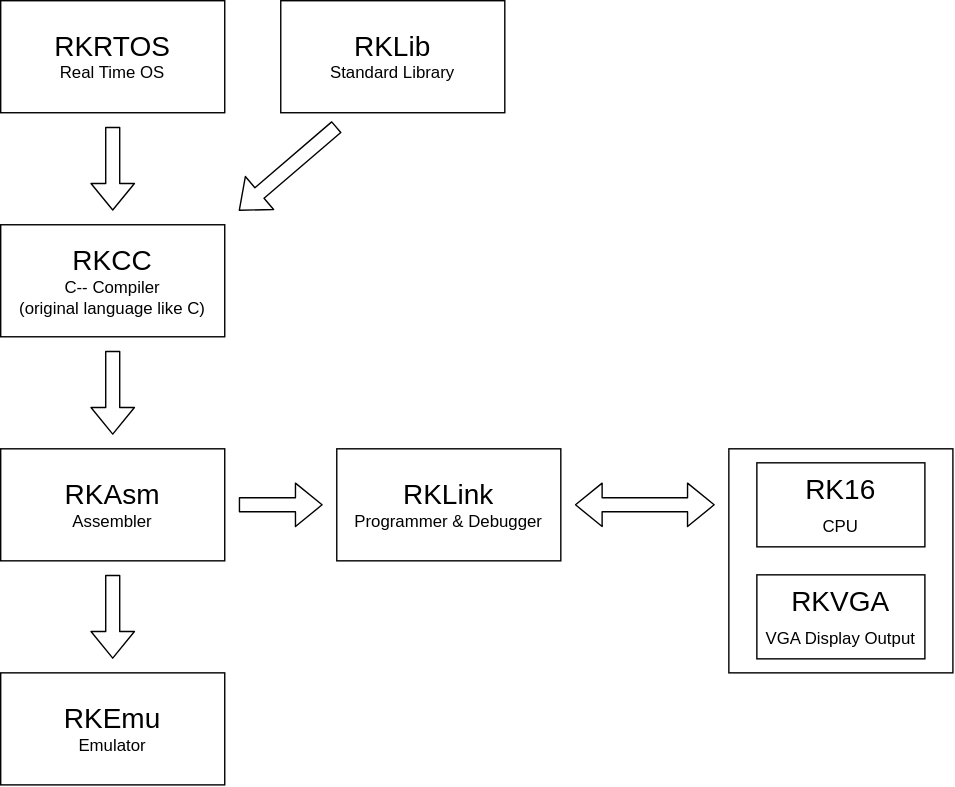
kanade-k-1228/RISC-K-dev keeps this draw.io diagram as img/concept.dio.svg. Above is the earlier version. Source tidied: cells renumbered, new cells last; positions are measured from the earlier drawing's top-left corner, leaving out a move shared by most shapes. The source it was exported from:
```xml
<mxGraphModel>
  <root>
    <mxCell id="0" />
    <mxCell id="1" parent="0" />
    <mxCell id="2" style="rounded=0;whiteSpace=wrap;html=1;" parent="1" vertex="1">
      <mxGeometry x="520" y="320" width="160" height="160" as="geometry" />
    </mxCell>
    <mxCell id="3" value="&lt;font style=&quot;font-size: 20px;&quot;&gt;RKLink&lt;/font&gt;&lt;br&gt;Programmer &amp;amp; Debugger" style="rounded=0;whiteSpace=wrap;html=1;" parent="1" vertex="1">
      <mxGeometry x="240" y="320" width="160" height="80" as="geometry" />
    </mxCell>
    <mxCell id="4" style="shape=flexArrow;endArrow=classic;startArrow=classic;html=1;fontSize=20;" parent="1" edge="1">
      <mxGeometry relative="1" as="geometry">
        <mxPoint x="510" y="360" as="sourcePoint" />
        <mxPoint x="410" y="360" as="targetPoint" />
      </mxGeometry>
    </mxCell>
    <mxCell id="5" value="RK16&lt;br style=&quot;font-size: 12px;&quot;&gt;&lt;font style=&quot;font-size: 12px;&quot;&gt;CPU&lt;/font&gt;" style="rounded=0;whiteSpace=wrap;html=1;fontSize=20;" parent="1" vertex="1">
      <mxGeometry x="540" y="330" width="120" height="60" as="geometry" />
    </mxCell>
    <mxCell id="6" value="&lt;font style=&quot;font-size: 20px;&quot;&gt;RKEmu&lt;/font&gt;&lt;br&gt;Emulator" style="rounded=0;whiteSpace=wrap;html=1;" parent="1" vertex="1">
      <mxGeometry y="480" width="160" height="80" as="geometry" />
    </mxCell>
    <mxCell id="7" value="&lt;font style=&quot;font-size: 20px;&quot;&gt;RKRTOS&lt;/font&gt;&lt;br&gt;Real Time OS" style="rounded=0;whiteSpace=wrap;html=1;" parent="1" vertex="1">
      <mxGeometry width="160" height="80" as="geometry" />
    </mxCell>
    <mxCell id="8" value="&lt;font style=&quot;font-size: 20px;&quot;&gt;RKCC&lt;/font&gt;&lt;br&gt;C-- Compiler&lt;br&gt;(original language like C)" style="rounded=0;whiteSpace=wrap;html=1;" parent="1" vertex="1">
      <mxGeometry y="160" width="160" height="80" as="geometry" />
    </mxCell>
    <mxCell id="9" value="&lt;font style=&quot;font-size: 20px;&quot;&gt;RKAsm&lt;/font&gt;&lt;br&gt;Assembler" style="rounded=0;whiteSpace=wrap;html=1;" parent="1" vertex="1">
      <mxGeometry y="320" width="160" height="80" as="geometry" />
    </mxCell>
    <mxCell id="10" value="&lt;font style=&quot;font-size: 20px;&quot;&gt;RKLib&lt;/font&gt;&lt;br&gt;Standard Library" style="rounded=0;whiteSpace=wrap;html=1;" parent="1" vertex="1">
      <mxGeometry x="200" width="160" height="80" as="geometry" />
    </mxCell>
    <mxCell id="11" style="shape=flexArrow;endArrow=classic;html=1;fontSize=12;" parent="1" edge="1">
      <mxGeometry relative="1" as="geometry">
        <mxPoint x="80" y="410" as="sourcePoint" />
        <mxPoint x="80" y="470" as="targetPoint" />
      </mxGeometry>
    </mxCell>
    <mxCell id="12" style="shape=flexArrow;endArrow=classic;html=1;fontSize=12;" parent="1" edge="1">
      <mxGeometry relative="1" as="geometry">
        <mxPoint x="80" y="250" as="sourcePoint" />
        <mxPoint x="80" y="310" as="targetPoint" />
      </mxGeometry>
    </mxCell>
    <mxCell id="13" style="shape=flexArrow;endArrow=classic;html=1;fontSize=12;" parent="1" edge="1">
      <mxGeometry relative="1" as="geometry">
        <mxPoint x="80" y="90" as="sourcePoint" />
        <mxPoint x="80" y="150" as="targetPoint" />
      </mxGeometry>
    </mxCell>
    <mxCell id="14" style="shape=flexArrow;endArrow=classic;html=1;fontSize=12;" parent="1" edge="1">
      <mxGeometry relative="1" as="geometry">
        <mxPoint x="240" y="90" as="sourcePoint" />
        <mxPoint x="170" y="150" as="targetPoint" />
      </mxGeometry>
    </mxCell>
    <mxCell id="15" style="shape=flexArrow;endArrow=classic;html=1;fontSize=12;" parent="1" edge="1">
      <mxGeometry relative="1" as="geometry">
        <mxPoint x="170" y="360" as="sourcePoint" />
        <mxPoint x="230" y="360" as="targetPoint" />
      </mxGeometry>
    </mxCell>
    <mxCell id="16" value="RKVGA&lt;br style=&quot;font-size: 12px;&quot;&gt;&lt;font style=&quot;font-size: 12px;&quot;&gt;VGA Display Output&lt;/font&gt;" style="rounded=0;whiteSpace=wrap;html=1;fontSize=20;" parent="1" vertex="1">
      <mxGeometry x="540" y="410" width="120" height="60" as="geometry" />
    </mxCell>
  </root>
</mxGraphModel>
```
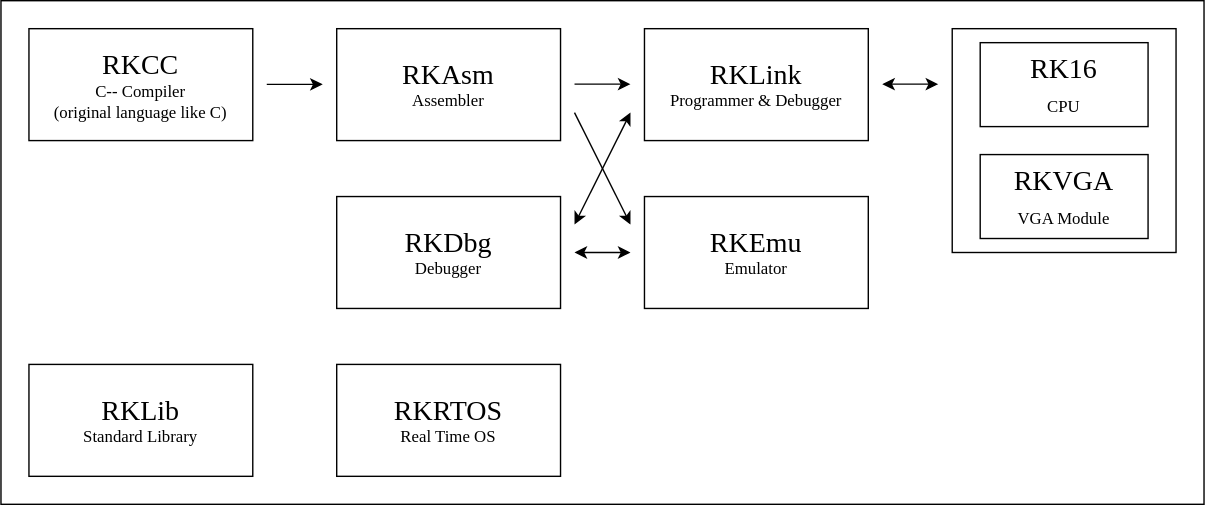
After the commit.

Change to the diagram source:
```diff
@@ -2,68 +2,74 @@
   <root>
     <mxCell id="0" />
     <mxCell id="1" parent="0" />
+    <mxCell id="17" style="rounded=0;whiteSpace=wrap;html=1;fontFamily=Lucida Console;" parent="1" vertex="1">
+      <mxGeometry x="-20" y="-20" width="860" height="360" as="geometry" />
+    </mxCell>
     <mxCell id="2" style="rounded=0;whiteSpace=wrap;html=1;" parent="1" vertex="1">
-      <mxGeometry x="520" y="320" width="160" height="160" as="geometry" />
+      <mxGeometry x="660" width="160" height="160" as="geometry" />
     </mxCell>
-    <mxCell id="3" value="&lt;font style=&quot;font-size: 20px;&quot;&gt;RKLink&lt;/font&gt;&lt;br&gt;Programmer &amp;amp; Debugger" style="rounded=0;whiteSpace=wrap;html=1;" parent="1" vertex="1">
-      <mxGeometry x="240" y="320" width="160" height="80" as="geometry" />
+    <mxCell id="3" value="&lt;font style=&quot;font-size: 20px;&quot;&gt;RKLink&lt;/font&gt;&lt;br&gt;Programmer &amp;amp; Debugger" style="rounded=0;whiteSpace=wrap;html=1;fontFamily=Lucida Console;" parent="1" vertex="1">
+      <mxGeometry x="440" width="160" height="80" as="geometry" />
     </mxCell>
-    <mxCell id="4" style="shape=flexArrow;endArrow=classic;startArrow=classic;html=1;fontSize=20;" parent="1" edge="1">
-      <mxGeometry relative="1" as="geometry">
-        <mxPoint x="510" y="360" as="sourcePoint" />
-        <mxPoint x="410" y="360" as="targetPoint" />
-      </mxGeometry>
-    </mxCell>
-    <mxCell id="5" value="RK16&lt;br style=&quot;font-size: 12px;&quot;&gt;&lt;font style=&quot;font-size: 12px;&quot;&gt;CPU&lt;/font&gt;" style="rounded=0;whiteSpace=wrap;html=1;fontSize=20;" parent="1" vertex="1">
-      <mxGeometry x="540" y="330" width="120" height="60" as="geometry" />
+    <mxCell id="5" value="RK16&lt;br style=&quot;font-size: 12px;&quot;&gt;&lt;font style=&quot;font-size: 12px;&quot;&gt;CPU&lt;/font&gt;" style="rounded=0;whiteSpace=wrap;html=1;fontSize=20;fontFamily=Lucida Console;" parent="1" vertex="1">
+      <mxGeometry x="680" y="10" width="120" height="60" as="geometry" />
     </mxCell>
-    <mxCell id="6" value="&lt;font style=&quot;font-size: 20px;&quot;&gt;RKEmu&lt;/font&gt;&lt;br&gt;Emulator" style="rounded=0;whiteSpace=wrap;html=1;" parent="1" vertex="1">
-      <mxGeometry y="480" width="160" height="80" as="geometry" />
+    <mxCell id="6" value="&lt;font style=&quot;font-size: 20px;&quot;&gt;RKEmu&lt;/font&gt;&lt;br&gt;Emulator" style="rounded=0;whiteSpace=wrap;html=1;fontFamily=Lucida Console;" parent="1" vertex="1">
+      <mxGeometry x="440" y="120" width="160" height="80" as="geometry" />
     </mxCell>
-    <mxCell id="7" value="&lt;font style=&quot;font-size: 20px;&quot;&gt;RKRTOS&lt;/font&gt;&lt;br&gt;Real Time OS" style="rounded=0;whiteSpace=wrap;html=1;" parent="1" vertex="1">
-      <mxGeometry width="160" height="80" as="geometry" />
+    <mxCell id="7" value="&lt;font style=&quot;font-size: 20px;&quot;&gt;RKRTOS&lt;/font&gt;&lt;br&gt;Real Time OS" style="rounded=0;whiteSpace=wrap;html=1;fontFamily=Lucida Console;" parent="1" vertex="1">
+      <mxGeometry x="220" y="240" width="160" height="80" as="geometry" />
     </mxCell>
-    <mxCell id="8" value="&lt;font style=&quot;font-size: 20px;&quot;&gt;RKCC&lt;/font&gt;&lt;br&gt;C-- Compiler&lt;br&gt;(original language like C)" style="rounded=0;whiteSpace=wrap;html=1;" parent="1" vertex="1">
-      <mxGeometry y="160" width="160" height="80" as="geometry" />
+    <mxCell id="8" value="&lt;font style=&quot;font-size: 20px;&quot;&gt;RKCC&lt;/font&gt;&lt;br&gt;C-- Compiler&lt;br&gt;(original language like C)" style="rounded=0;whiteSpace=wrap;html=1;fontFamily=Lucida Console;" parent="1" vertex="1">
+      <mxGeometry width="160" height="80" as="geometry" />
     </mxCell>
-    <mxCell id="9" value="&lt;font style=&quot;font-size: 20px;&quot;&gt;RKAsm&lt;/font&gt;&lt;br&gt;Assembler" style="rounded=0;whiteSpace=wrap;html=1;" parent="1" vertex="1">
-      <mxGeometry y="320" width="160" height="80" as="geometry" />
+    <mxCell id="9" value="&lt;font style=&quot;font-size: 20px;&quot;&gt;RKAsm&lt;/font&gt;&lt;br&gt;Assembler" style="rounded=0;whiteSpace=wrap;html=1;fontFamily=Lucida Console;" parent="1" vertex="1">
+      <mxGeometry x="220" width="160" height="80" as="geometry" />
     </mxCell>
-    <mxCell id="10" value="&lt;font style=&quot;font-size: 20px;&quot;&gt;RKLib&lt;/font&gt;&lt;br&gt;Standard Library" style="rounded=0;whiteSpace=wrap;html=1;" parent="1" vertex="1">
-      <mxGeometry x="200" width="160" height="80" as="geometry" />
+    <mxCell id="10" value="&lt;font style=&quot;font-size: 20px;&quot;&gt;RKLib&lt;/font&gt;&lt;br&gt;Standard Library" style="rounded=0;whiteSpace=wrap;html=1;fontFamily=Lucida Console;" parent="1" vertex="1">
+      <mxGeometry y="240" width="160" height="80" as="geometry" />
     </mxCell>
-    <mxCell id="11" style="shape=flexArrow;endArrow=classic;html=1;fontSize=12;" parent="1" edge="1">
-      <mxGeometry relative="1" as="geometry">
-        <mxPoint x="80" y="410" as="sourcePoint" />
-        <mxPoint x="80" y="470" as="targetPoint" />
-      </mxGeometry>
-    </mxCell>
-    <mxCell id="12" style="shape=flexArrow;endArrow=classic;html=1;fontSize=12;" parent="1" edge="1">
-      <mxGeometry relative="1" as="geometry">
-        <mxPoint x="80" y="250" as="sourcePoint" />
-        <mxPoint x="80" y="310" as="targetPoint" />
-      </mxGeometry>
-    </mxCell>
-    <mxCell id="13" style="shape=flexArrow;endArrow=classic;html=1;fontSize=12;" parent="1" edge="1">
-      <mxGeometry relative="1" as="geometry">
-        <mxPoint x="80" y="90" as="sourcePoint" />
-        <mxPoint x="80" y="150" as="targetPoint" />
-      </mxGeometry>
-    </mxCell>
-    <mxCell id="14" style="shape=flexArrow;endArrow=classic;html=1;fontSize=12;" parent="1" edge="1">
-      <mxGeometry relative="1" as="geometry">
-        <mxPoint x="240" y="90" as="sourcePoint" />
-        <mxPoint x="170" y="150" as="targetPoint" />
-      </mxGeometry>
-    </mxCell>
-    <mxCell id="15" style="shape=flexArrow;endArrow=classic;html=1;fontSize=12;" parent="1" edge="1">
-      <mxGeometry relative="1" as="geometry">
-        <mxPoint x="170" y="360" as="sourcePoint" />
-        <mxPoint x="230" y="360" as="targetPoint" />
-      </mxGeometry>
-    </mxCell>
-    <mxCell id="16" value="RKVGA&lt;br style=&quot;font-size: 12px;&quot;&gt;&lt;font style=&quot;font-size: 12px;&quot;&gt;VGA Display Output&lt;/font&gt;" style="rounded=0;whiteSpace=wrap;html=1;fontSize=20;" parent="1" vertex="1">
-      <mxGeometry x="540" y="410" width="120" height="60" as="geometry" />
+    <mxCell id="16" value="RKVGA&lt;br style=&quot;font-size: 12px;&quot;&gt;&lt;font style=&quot;font-size: 12px;&quot;&gt;VGA Module&lt;/font&gt;" style="rounded=0;whiteSpace=wrap;html=1;fontSize=20;fontFamily=Lucida Console;" parent="1" vertex="1">
+      <mxGeometry x="680" y="90" width="120" height="60" as="geometry" />
     </mxCell>
+    <mxCell id="18" style="endArrow=classic;startArrow=classic;html=1;" parent="1" edge="1">
+      <mxGeometry relative="1" as="geometry">
+        <mxPoint x="610" y="39.7" as="sourcePoint" />
+        <mxPoint x="650" y="39.7" as="targetPoint" />
+      </mxGeometry>
+    </mxCell>
+    <mxCell id="19" style="endArrow=classic;html=1;fontFamily=Lucida Console;" parent="1" edge="1">
+      <mxGeometry relative="1" as="geometry">
+        <mxPoint x="170" y="39.8" as="sourcePoint" />
+        <mxPoint x="210" y="39.8" as="targetPoint" />
+      </mxGeometry>
+    </mxCell>
+    <mxCell id="20" style="endArrow=classic;html=1;fontFamily=Lucida Console;" parent="1" edge="1">
+      <mxGeometry relative="1" as="geometry">
+        <mxPoint x="390" y="39.7" as="sourcePoint" />
+        <mxPoint x="430" y="39.7" as="targetPoint" />
+      </mxGeometry>
+    </mxCell>
+    <mxCell id="21" style="endArrow=classic;html=1;fontFamily=Lucida Console;" parent="1" edge="1">
+      <mxGeometry relative="1" as="geometry">
+        <mxPoint x="390" y="60" as="sourcePoint" />
+        <mxPoint x="430" y="140" as="targetPoint" />
+      </mxGeometry>
+    </mxCell>
+    <mxCell id="22" value="&lt;font style=&quot;font-size: 20px;&quot;&gt;RKDbg&lt;/font&gt;&lt;br&gt;Debugger" style="rounded=0;whiteSpace=wrap;html=1;fontFamily=Lucida Console;" parent="1" vertex="1">
+      <mxGeometry x="220" y="120" width="160" height="80" as="geometry" />
+    </mxCell>
+    <mxCell id="23" style="endArrow=classic;startArrow=classic;html=1;" parent="1" edge="1">
+      <mxGeometry relative="1" as="geometry">
+        <mxPoint x="390" y="140" as="sourcePoint" />
+        <mxPoint x="430" y="60" as="targetPoint" />
+      </mxGeometry>
+    </mxCell>
+    <mxCell id="24" style="endArrow=classic;startArrow=classic;html=1;" parent="1" edge="1">
+      <mxGeometry relative="1" as="geometry">
+        <mxPoint x="390" y="160" as="sourcePoint" />
+        <mxPoint x="430" y="160" as="targetPoint" />
+      </mxGeometry>
+    </mxCell>
   </root>
 </mxGraphModel>
```
